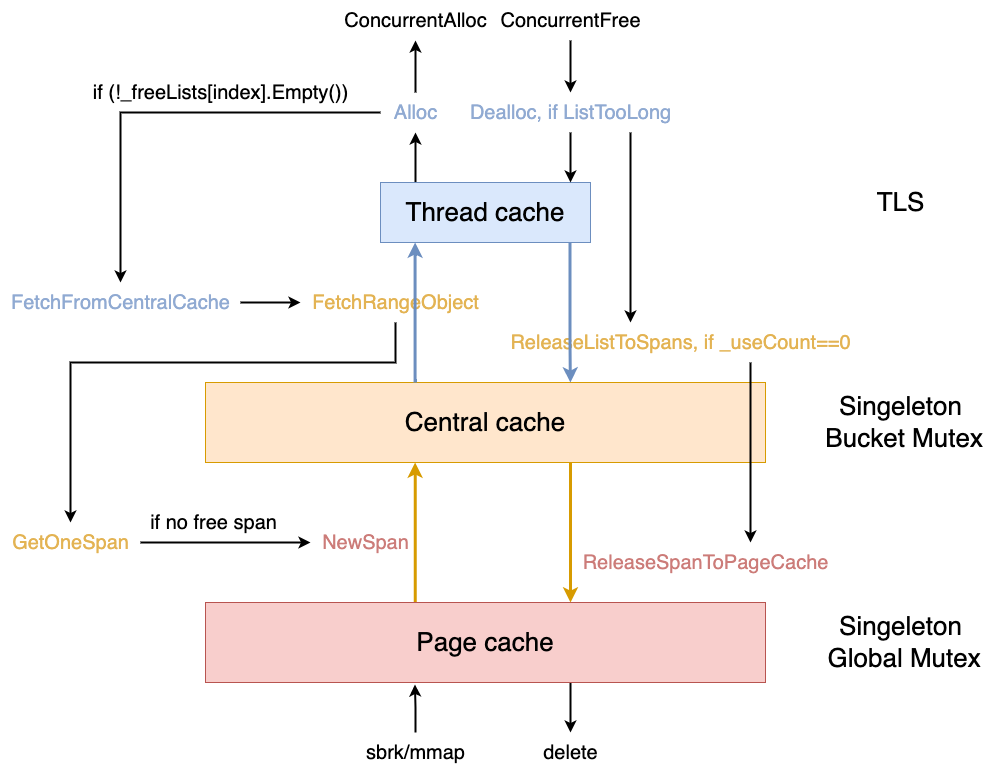
superwjfeng/MarkdownWriting keeps this draw.io diagram as CS/内存池/doc/img/内存池结构API.drawio.png. Above is the earlier version. Source tidied: cells renumbered, new cells last; positions are measured from the earlier drawing's top-left corner, leaving out a move shared by most shapes.
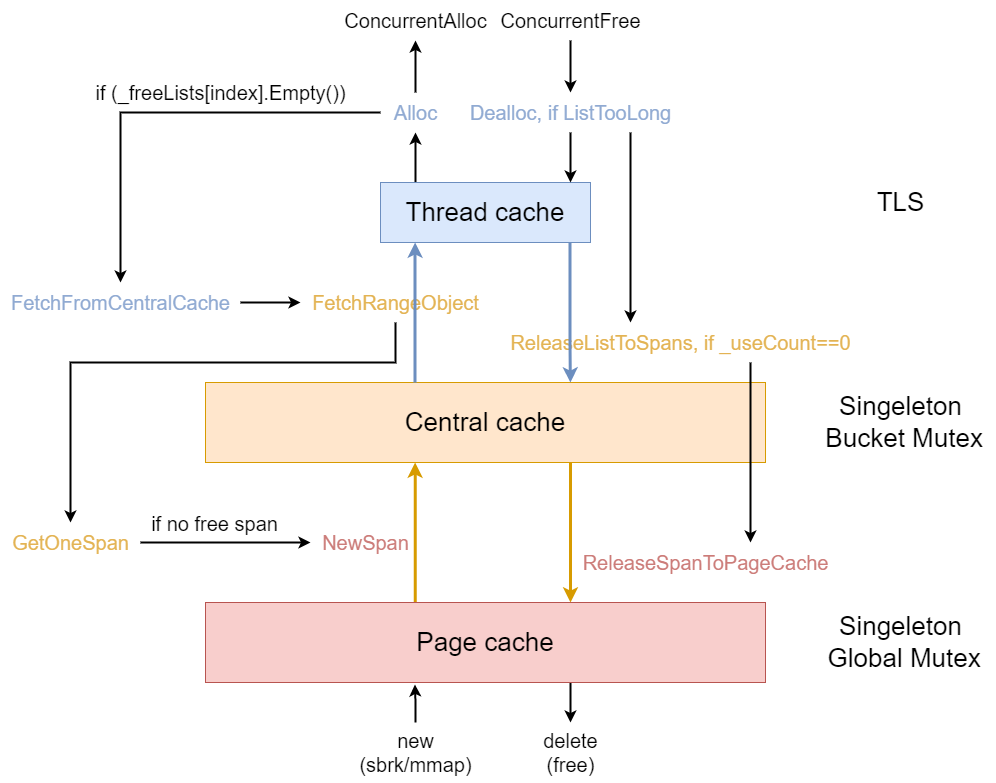
After the change.

The edit, as a diff of the source:
```diff
@@ -122,8 +122,8 @@
         </Array>
       </mxGeometry>
     </mxCell>
-    <mxCell id="25" value="&lt;font style=&quot;font-size: 20px;&quot;&gt;delete&lt;/font&gt;" style="text;html=1;align=center;verticalAlign=middle;points=[];strokeColor=none;fillColor=none;" parent="1" vertex="1">
-      <mxGeometry x="530" y="732" width="80" height="40" as="geometry" />
+    <mxCell id="25" value="&lt;font style=&quot;font-size: 20px;&quot;&gt;delete&lt;br&gt;(free)&lt;/font&gt;" style="text;html=1;align=center;verticalAlign=middle;points=[];strokeColor=none;fillColor=none;" parent="1" vertex="1">
+      <mxGeometry x="530" y="722" width="80" height="60" as="geometry" />
     </mxCell>
     <mxCell id="26" style="edgeStyle=orthogonalEdgeStyle;rounded=0;jettySize=auto;html=1;strokeWidth=2;" parent="1" edge="1" source="28" target="29">
       <mxGeometry relative="1" as="geometry" />
@@ -164,11 +164,11 @@
     <mxCell id="35" style="edgeStyle=orthogonalEdgeStyle;rounded=0;jettySize=auto;html=1;entryX=0.374;entryY=1.025;entryDx=0;entryDy=0;entryPerimeter=0;strokeWidth=2;" parent="1" edge="1" source="36" target="7">
       <mxGeometry relative="1" as="geometry" />
     </mxCell>
-    <mxCell id="36" value="&lt;font style=&quot;font-size: 20px;&quot;&gt;sbrk/mmap&lt;br&gt;&lt;/font&gt;" style="text;html=1;align=center;verticalAlign=middle;points=[];strokeColor=none;fillColor=none;" parent="1" vertex="1">
-      <mxGeometry x="355" y="732" width="120" height="40" as="geometry" />
+    <mxCell id="36" value="&lt;font style=&quot;font-size: 20px;&quot;&gt;new&lt;br&gt;(sbrk/mmap)&lt;br&gt;&lt;/font&gt;" style="text;html=1;align=center;verticalAlign=middle;points=[];strokeColor=none;fillColor=none;" parent="1" vertex="1">
+      <mxGeometry x="345" y="722" width="140" height="60" as="geometry" />
     </mxCell>
-    <mxCell id="37" value="&lt;font style=&quot;font-size: 20px;&quot;&gt;if (!_freeLists[index].Empty())&lt;/font&gt;" style="text;html=1;align=center;verticalAlign=middle;strokeColor=none;fillColor=none;" parent="1" vertex="1">
-      <mxGeometry x="80" y="72" width="280" height="40" as="geometry" />
+    <mxCell id="37" value="&lt;font style=&quot;font-size: 20px;&quot;&gt;if (_freeLists[index].Empty())&lt;/font&gt;" style="text;html=1;align=center;verticalAlign=middle;strokeColor=none;fillColor=none;" parent="1" vertex="1">
+      <mxGeometry x="85" y="72" width="270" height="40" as="geometry" />
     </mxCell>
   </root>
 </mxGraphModel>
```
